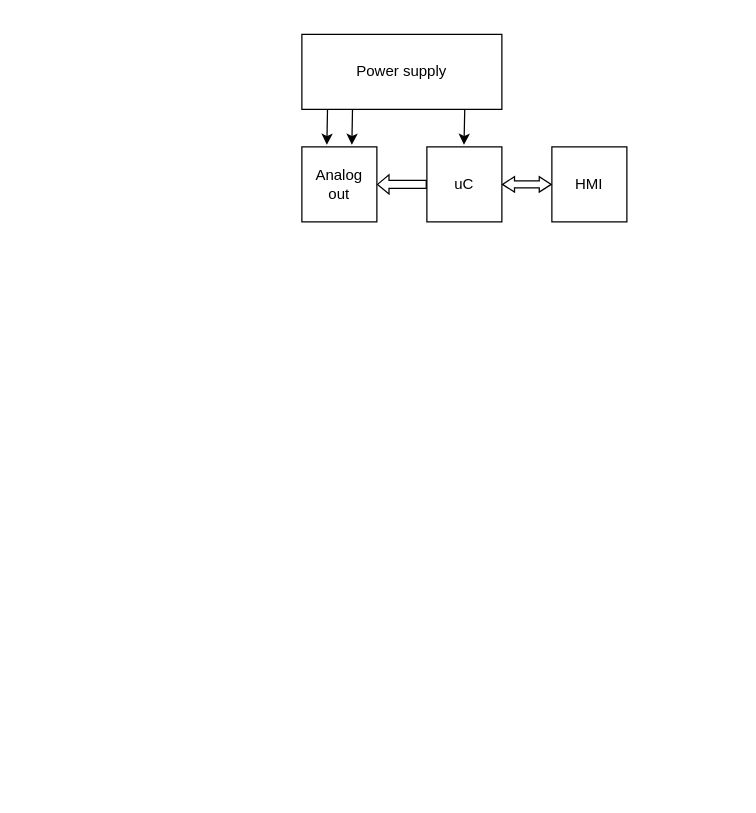
This is WaveformGenerator_V1_Architecture.drawio from Miguelest07/WaveformGenerator, a draw.io file, before an edit. Source tidied: cells renumbered, new cells numbered last; positions are measured from the earlier drawing's top-left corner, leaving out a move shared by most shapes. Both pictures are drawn from the tidied source at 125%, with x=0, y=0 at pixel (301, 34).
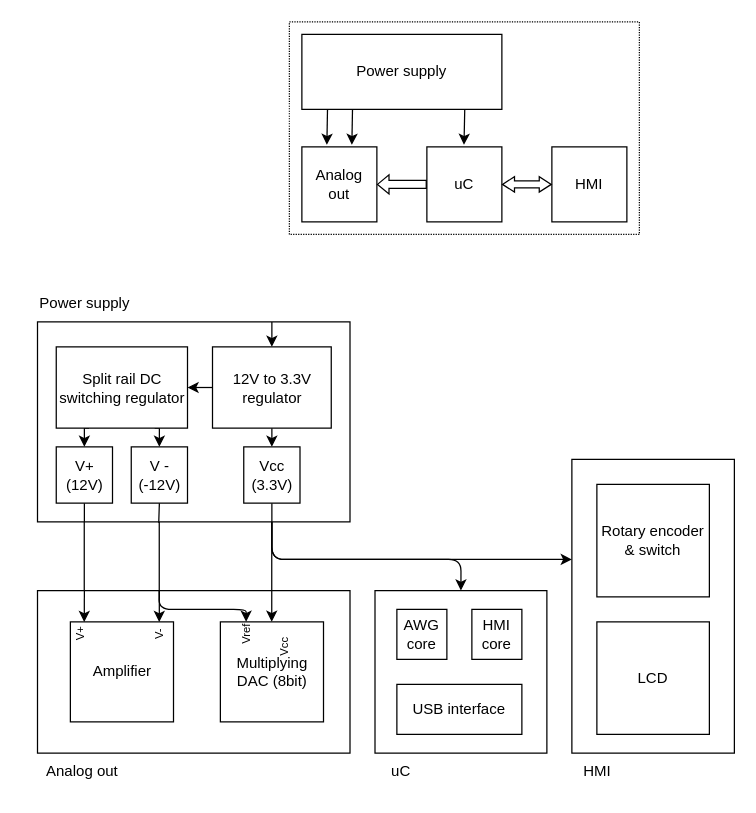
The same page after the edit.

Diff of the diagram source:
```diff
@@
+    <mxCell id="11" style="rounded=0;whiteSpace=wrap;html=1;fillColor=none;dashed=1;dashPattern=1 1;" parent="1" vertex="1">
+      <mxGeometry x="-10" y="-10" width="280" height="170" as="geometry" />
+    </mxCell>
+    <mxCell id="12" style="edgeStyle=orthogonalEdgeStyle;rounded=0;jettySize=auto;html=1;exitX=0.75;exitY=0;exitDx=0;exitDy=0;entryX=0.5;entryY=0;entryDx=0;entryDy=0;" parent="1" edge="1" source="15" target="25">
+      <mxGeometry relative="1" as="geometry" />
+    </mxCell>
+    <mxCell id="13" style="edgeStyle=orthogonalEdgeStyle;rounded=1;jettySize=auto;html=1;exitX=0.75;exitY=0;exitDx=0;exitDy=0;entryX=0.5;entryY=0;entryDx=0;entryDy=0;" parent="1" edge="1" source="15" target="25">
+      <mxGeometry relative="1" as="geometry" />
+    </mxCell>
+    <mxCell id="14" style="edgeStyle=orthogonalEdgeStyle;rounded=1;jettySize=auto;html=1;exitX=0.75;exitY=1;exitDx=0;exitDy=0;targetPerimeterSpacing=0;entryX=0.5;entryY=0;entryDx=0;entryDy=0;" parent="1" edge="1" source="15" target="35">
+      <mxGeometry relative="1" as="geometry">
+        <Array as="points">
+          <mxPoint x="-24" y="420" />
+          <mxPoint x="127" y="420" />
+        </Array>
+      </mxGeometry>
+    </mxCell>
+    <mxCell id="15" style="rounded=0;whiteSpace=wrap;html=1;strokeColor=default;fillColor=default;" parent="1" vertex="1">
+      <mxGeometry x="-211.5" y="230" width="250" height="160" as="geometry" />
+    </mxCell>
+    <mxCell id="16" style="edgeStyle=orthogonalEdgeStyle;rounded=0;jettySize=auto;html=1;exitX=0.5;exitY=1;exitDx=0;exitDy=0;entryX=0.15;entryY=1;entryDx=0;entryDy=0;entryPerimeter=0;endArrow=none;endFill=0;" parent="1" edge="1" source="17" target="15">
+      <mxGeometry relative="1" as="geometry" />
+    </mxCell>
+    <mxCell id="17" value="&lt;div&gt;V+ &lt;br&gt;&lt;/div&gt;&lt;div&gt;(12V)&lt;/div&gt;" style="whiteSpace=wrap;html=1;strokeColor=default;fillColor=default;" parent="1" vertex="1">
+      <mxGeometry x="-196.5" y="330" width="45" height="45" as="geometry" />
+    </mxCell>
+    <mxCell id="18" style="edgeStyle=orthogonalEdgeStyle;rounded=0;jettySize=auto;html=1;exitX=0.5;exitY=1;exitDx=0;exitDy=0;entryX=0.388;entryY=1.004;entryDx=0;entryDy=0;entryPerimeter=0;endArrow=none;endFill=0;" parent="1" edge="1" source="19" target="15">
+      <mxGeometry relative="1" as="geometry" />
+    </mxCell>
+    <mxCell id="19" value="&lt;div&gt;V - &lt;br&gt;&lt;/div&gt;&lt;div&gt;(-12V)&lt;/div&gt;" style="whiteSpace=wrap;html=1;strokeColor=default;fillColor=default;" parent="1" vertex="1">
+      <mxGeometry x="-136.5" y="330" width="45" height="45" as="geometry" />
+    </mxCell>
+    <mxCell id="20" style="edgeStyle=orthogonalEdgeStyle;rounded=0;jettySize=auto;html=1;exitX=0.75;exitY=1;exitDx=0;exitDy=0;entryX=0.5;entryY=0;entryDx=0;entryDy=0;" parent="1" edge="1" source="22" target="19">
+      <mxGeometry relative="1" as="geometry" />
+    </mxCell>
+    <mxCell id="21" style="edgeStyle=orthogonalEdgeStyle;rounded=0;jettySize=auto;html=1;exitX=0.25;exitY=1;exitDx=0;exitDy=0;entryX=0.5;entryY=0;entryDx=0;entryDy=0;" parent="1" edge="1" source="22" target="17">
+      <mxGeometry relative="1" as="geometry" />
+    </mxCell>
+    <mxCell id="22" value="Split rail DC switching regulator" style="rounded=0;whiteSpace=wrap;html=1;strokeColor=default;fillColor=default;" parent="1" vertex="1">
+      <mxGeometry x="-196.5" y="250" width="105" height="65" as="geometry" />
+    </mxCell>
+    <mxCell id="23" style="edgeStyle=orthogonalEdgeStyle;rounded=0;jettySize=auto;html=1;exitX=0;exitY=0.5;exitDx=0;exitDy=0;entryX=1;entryY=0.5;entryDx=0;entryDy=0;" parent="1" edge="1" source="25" target="22">
+      <mxGeometry relative="1" as="geometry" />
+    </mxCell>
+    <mxCell id="24" style="edgeStyle=orthogonalEdgeStyle;rounded=0;jettySize=auto;html=1;exitX=0.5;exitY=1;exitDx=0;exitDy=0;entryX=0.5;entryY=0;entryDx=0;entryDy=0;" parent="1" edge="1" source="25" target="27">
+      <mxGeometry relative="1" as="geometry" />
+    </mxCell>
+    <mxCell id="25" value="&lt;div&gt;12V to 3.3V &lt;br&gt;&lt;/div&gt;&lt;div&gt;regulator&lt;/div&gt;" style="rounded=0;whiteSpace=wrap;html=1;strokeColor=default;fillColor=default;" parent="1" vertex="1">
+      <mxGeometry x="-71.5" y="250" width="95" height="65" as="geometry" />
+    </mxCell>
+    <mxCell id="26" style="edgeStyle=orthogonalEdgeStyle;rounded=0;jettySize=auto;html=1;exitX=0.5;exitY=1;exitDx=0;exitDy=0;entryX=0.75;entryY=1;entryDx=0;entryDy=0;endArrow=none;endFill=0;" parent="1" edge="1" source="27" target="15">
+      <mxGeometry relative="1" as="geometry" />
+    </mxCell>
+    <mxCell id="27" value="&lt;div&gt;Vcc &lt;br&gt;&lt;/div&gt;&lt;div&gt;(3.3V)&lt;/div&gt;" style="whiteSpace=wrap;html=1;strokeColor=default;fillColor=default;" parent="1" vertex="1">
+      <mxGeometry x="-46.5" y="330" width="45" height="45" as="geometry" />
+    </mxCell>
+    <mxCell id="28" value="Power supply" style="text;html=1;align=center;verticalAlign=middle;strokeColor=none;fillColor=none;" parent="1" vertex="1">
+      <mxGeometry x="-224" y="200" width="100" height="30" as="geometry" />
+    </mxCell>
+    <mxCell id="29" style="endArrow=classic;html=1;rounded=1;targetPerimeterSpacing=0;entryX=0.5;entryY=0;entryDx=0;entryDy=0;exitX=0.75;exitY=0;exitDx=0;exitDy=0;" parent="1" edge="1" source="15" target="25">
+      <mxGeometry relative="1" as="geometry" />
+    </mxCell>
+    <mxCell id="30" style="edgeStyle=orthogonalEdgeStyle;rounded=1;jettySize=auto;html=1;exitX=0.151;exitY=0.012;exitDx=0;exitDy=0;entryX=0.25;entryY=0;entryDx=0;entryDy=0;targetPerimeterSpacing=0;exitPerimeter=0;" parent="1" edge="1" source="31" target="37">
+      <mxGeometry relative="1" as="geometry">
+        <Array as="points">
+          <mxPoint x="-174" y="460" />
+          <mxPoint x="-165" y="460" />
+        </Array>
+      </mxGeometry>
+    </mxCell>
+    <mxCell id="31" style="rounded=0;whiteSpace=wrap;html=1;strokeColor=default;fillColor=default;" parent="1" vertex="1">
+      <mxGeometry x="-211.5" y="445" width="250" height="130" as="geometry" />
+    </mxCell>
+    <mxCell id="32" style="edgeStyle=orthogonalEdgeStyle;rounded=1;orthogonalLoop=1;jettySize=auto;html=1;exitX=0.25;exitY=1;exitDx=0;exitDy=0;entryX=0.25;entryY=0;entryDx=0;entryDy=0;targetPerimeterSpacing=0;endArrow=none;endFill=0;" parent="1" edge="1">
+      <mxGeometry relative="1" as="geometry">
+        <mxPoint x="-174.1" y="390" as="sourcePoint" />
+        <mxPoint x="-174.1" y="445" as="targetPoint" />
+      </mxGeometry>
+    </mxCell>
+    <mxCell id="33" style="edgeStyle=orthogonalEdgeStyle;rounded=1;orthogonalLoop=1;jettySize=auto;html=1;exitX=0.25;exitY=1;exitDx=0;exitDy=0;entryX=0.25;entryY=0;entryDx=0;entryDy=0;targetPerimeterSpacing=0;endArrow=none;endFill=0;" parent="1" edge="1">
+      <mxGeometry relative="1" as="geometry">
+        <mxPoint x="-114.1" y="390" as="sourcePoint" />
+        <mxPoint x="-114.1" y="445" as="targetPoint" />
+      </mxGeometry>
+    </mxCell>
+    <mxCell id="34" style="edgeStyle=orthogonalEdgeStyle;rounded=1;orthogonalLoop=1;jettySize=auto;html=1;exitX=0.25;exitY=1;exitDx=0;exitDy=0;entryX=0.25;entryY=0;entryDx=0;entryDy=0;targetPerimeterSpacing=0;endArrow=none;endFill=0;" parent="1" edge="1">
+      <mxGeometry relative="1" as="geometry">
+        <mxPoint x="-24.1" y="390" as="sourcePoint" />
+        <mxPoint x="-24.1" y="445" as="targetPoint" />
+        <Array as="points">
+          <mxPoint x="-23.8" y="430" />
+          <mxPoint x="-23.8" y="430" />
+        </Array>
+      </mxGeometry>
+    </mxCell>
+    <mxCell id="35" style="rounded=0;whiteSpace=wrap;html=1;strokeColor=default;fillColor=default;" parent="1" vertex="1">
+      <mxGeometry x="58.5" y="445" width="137.5" height="130" as="geometry" />
+    </mxCell>
+    <mxCell id="36" value="Multiplying DAC (8bit)" style="rounded=0;whiteSpace=wrap;html=1;strokeColor=default;fillColor=default;" parent="1" vertex="1">
+      <mxGeometry x="-65.2" y="470" width="82.5" height="80" as="geometry" />
+    </mxCell>
+    <mxCell id="37" value="Amplifier" style="rounded=0;whiteSpace=wrap;html=1;strokeColor=default;fillColor=default;" parent="1" vertex="1">
+      <mxGeometry x="-185.2" y="470" width="82.5" height="80" as="geometry" />
+    </mxCell>
+    <mxCell id="38" style="endArrow=classic;html=1;rounded=1;targetPerimeterSpacing=0;" parent="1" edge="1" target="31">
+      <mxGeometry relative="1" as="geometry">
+        <mxPoint x="-174" y="445" as="sourcePoint" />
+      </mxGeometry>
+    </mxCell>
+    <mxCell id="39" style="edgeStyle=orthogonalEdgeStyle;rounded=1;jettySize=auto;html=1;targetPerimeterSpacing=0;entryX=0.25;entryY=0;entryDx=0;entryDy=0;exitX=0.389;exitY=-0.001;exitDx=0;exitDy=0;exitPerimeter=0;" parent="1" edge="1" source="31" target="36">
+      <mxGeometry relative="1" as="geometry">
+        <Array as="points">
+          <mxPoint x="-114" y="460" />
+          <mxPoint x="-45" y="460" />
+        </Array>
+      </mxGeometry>
+    </mxCell>
+    <mxCell id="40" style="endArrow=classic;html=1;rounded=1;targetPerimeterSpacing=0;exitX=0.75;exitY=0;exitDx=0;exitDy=0;entryX=0.5;entryY=0;entryDx=0;entryDy=0;" parent="1" edge="1">
+      <mxGeometry relative="1" as="geometry">
+        <mxPoint x="-24.1" y="445" as="sourcePoint" />
+        <mxPoint x="-24.1" y="470" as="targetPoint" />
+      </mxGeometry>
+    </mxCell>
+    <mxCell id="41" style="rounded=0;whiteSpace=wrap;html=1;strokeColor=default;fillColor=default;" parent="1" vertex="1">
+      <mxGeometry x="216" y="340" width="130" height="235" as="geometry" />
+    </mxCell>
+    <mxCell id="42" value="LCD" style="whiteSpace=wrap;html=1;strokeColor=default;fillColor=default;" parent="1" vertex="1">
+      <mxGeometry x="236" y="470" width="90" height="90" as="geometry" />
+    </mxCell>
+    <mxCell id="43" value="Rotary encoder &amp;amp; switch" style="whiteSpace=wrap;html=1;strokeColor=default;fillColor=default;" parent="1" vertex="1">
+      <mxGeometry x="236" y="360" width="90" height="90" as="geometry" />
+    </mxCell>
+    <mxCell id="44" value="AWG core" style="whiteSpace=wrap;html=1;strokeColor=default;fillColor=default;" parent="1" vertex="1">
+      <mxGeometry x="76" y="460" width="40" height="40" as="geometry" />
+    </mxCell>
+    <mxCell id="45" value="HMI core" style="whiteSpace=wrap;html=1;strokeColor=default;fillColor=default;" parent="1" vertex="1">
+      <mxGeometry x="136" y="460" width="40" height="40" as="geometry" />
+    </mxCell>
+    <mxCell id="46" value="USB interface" style="rounded=0;whiteSpace=wrap;html=1;strokeColor=default;fillColor=default;" parent="1" vertex="1">
+      <mxGeometry x="76" y="520" width="100" height="40" as="geometry" />
+    </mxCell>
+    <mxCell id="47" style="edgeStyle=orthogonalEdgeStyle;rounded=1;jettySize=auto;html=1;exitX=0.75;exitY=1;exitDx=0;exitDy=0;targetPerimeterSpacing=0;" parent="1" edge="1" source="15" target="41">
+      <mxGeometry relative="1" as="geometry">
+        <Array as="points">
+          <mxPoint x="-24" y="420" />
+        </Array>
+      </mxGeometry>
+    </mxCell>
+    <mxCell id="48" value="Analog out" style="text;html=1;align=center;verticalAlign=middle;strokeColor=none;fillColor=none;" parent="1" vertex="1">
+      <mxGeometry x="-216.5" y="575" width="80" height="30" as="geometry" />
+    </mxCell>
+    <mxCell id="49" value="uC" style="text;html=1;align=center;verticalAlign=middle;strokeColor=none;fillColor=none;" parent="1" vertex="1">
+      <mxGeometry x="58.5" y="575" width="40" height="30" as="geometry" />
+    </mxCell>
+    <mxCell id="50" value="HMI" style="text;html=1;align=center;verticalAlign=middle;strokeColor=none;fillColor=none;" parent="1" vertex="1">
+      <mxGeometry x="216" y="575" width="40" height="30" as="geometry" />
+    </mxCell>
+    <mxCell id="51" style="endArrow=classic;html=1;rounded=1;targetPerimeterSpacing=0;entryX=0.847;entryY=0.003;entryDx=0;entryDy=0;entryPerimeter=0;" parent="1" edge="1">
+      <mxGeometry relative="1" as="geometry">
+        <mxPoint x="-114" y="445" as="sourcePoint" />
+        <mxPoint x="-114.1" y="470.2" as="targetPoint" />
+      </mxGeometry>
+    </mxCell>
+    <mxCell id="52" style="endArrow=classic;html=1;rounded=1;targetPerimeterSpacing=0;entryX=0.847;entryY=0.003;entryDx=0;entryDy=0;entryPerimeter=0;" parent="1" edge="1">
+      <mxGeometry relative="1" as="geometry">
+        <mxPoint x="-174" y="445" as="sourcePoint" />
+        <mxPoint x="-174.1" y="470.2" as="targetPoint" />
+      </mxGeometry>
+    </mxCell>
+    <mxCell id="53" value="Vref" style="text;html=1;strokeColor=none;fillColor=none;align=center;verticalAlign=middle;whiteSpace=wrap;rounded=0;rotation=-90;fontSize=9;" parent="1" vertex="1">
+      <mxGeometry x="-74" y="465" width="60" height="30" as="geometry" />
+    </mxCell>
+    <mxCell id="54" value="V-" style="text;html=1;strokeColor=none;fillColor=none;align=center;verticalAlign=middle;whiteSpace=wrap;rounded=0;rotation=-90;fontSize=9;" parent="1" vertex="1">
+      <mxGeometry x="-144" y="465" width="60" height="30" as="geometry" />
+    </mxCell>
+    <mxCell id="55" value="Vcc" style="text;html=1;strokeColor=none;fillColor=none;align=center;verticalAlign=middle;whiteSpace=wrap;rounded=0;rotation=-90;fontSize=9;" parent="1" vertex="1">
+      <mxGeometry x="-44" y="475" width="60" height="30" as="geometry" />
+    </mxCell>
+    <mxCell id="56" value="V+" style="text;html=1;strokeColor=none;fillColor=none;align=center;verticalAlign=middle;whiteSpace=wrap;rounded=0;rotation=-90;fontSize=9;" parent="1" vertex="1">
+      <mxGeometry x="-206.5" y="465" width="60" height="30" as="geometry" />
+    </mxCell>
```
